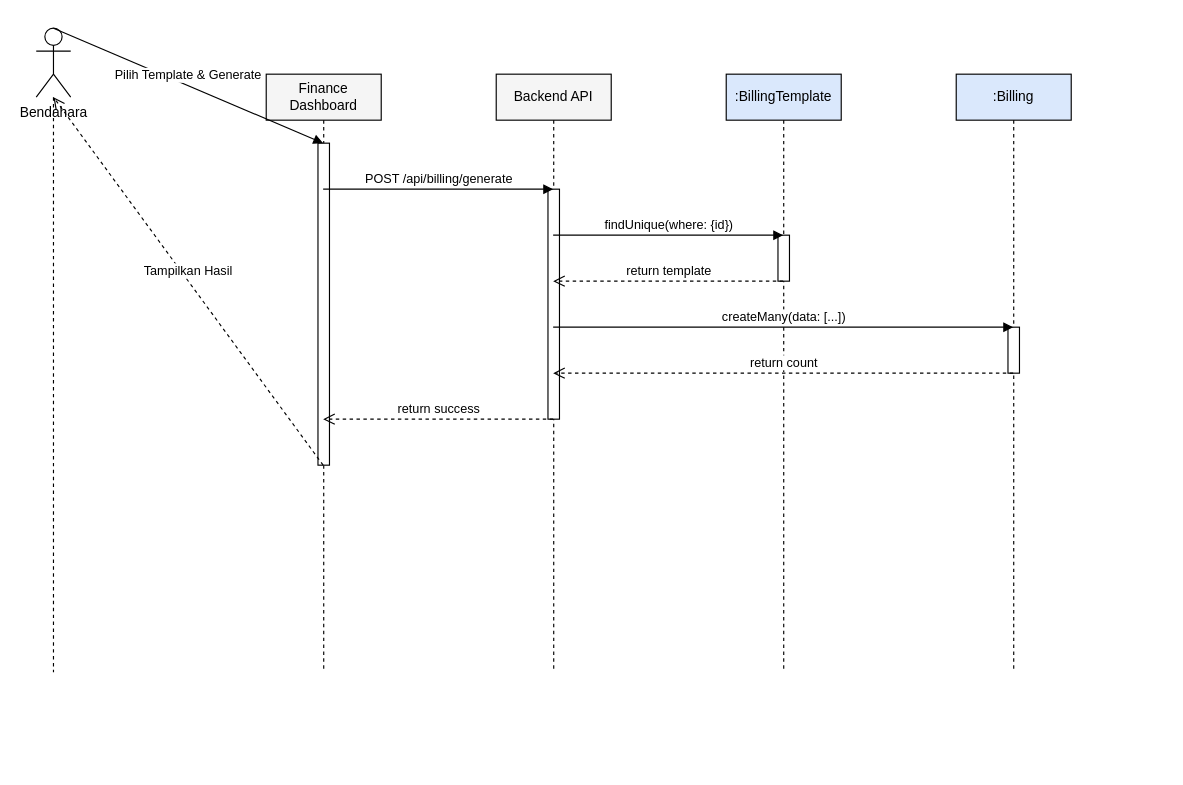
The draw.io diagram docs/sequence_billing_process.drawio in muhammaddzaki123/adminkassmpit, before the edit. Source tidied: cells renumbered, new cells numbered last; positions are measured from the earlier drawing's top-left corner, leaving out a move shared by most shapes. Both pictures are drawn from the tidied source at 115%, with x=0, y=0 at pixel (36, 28).
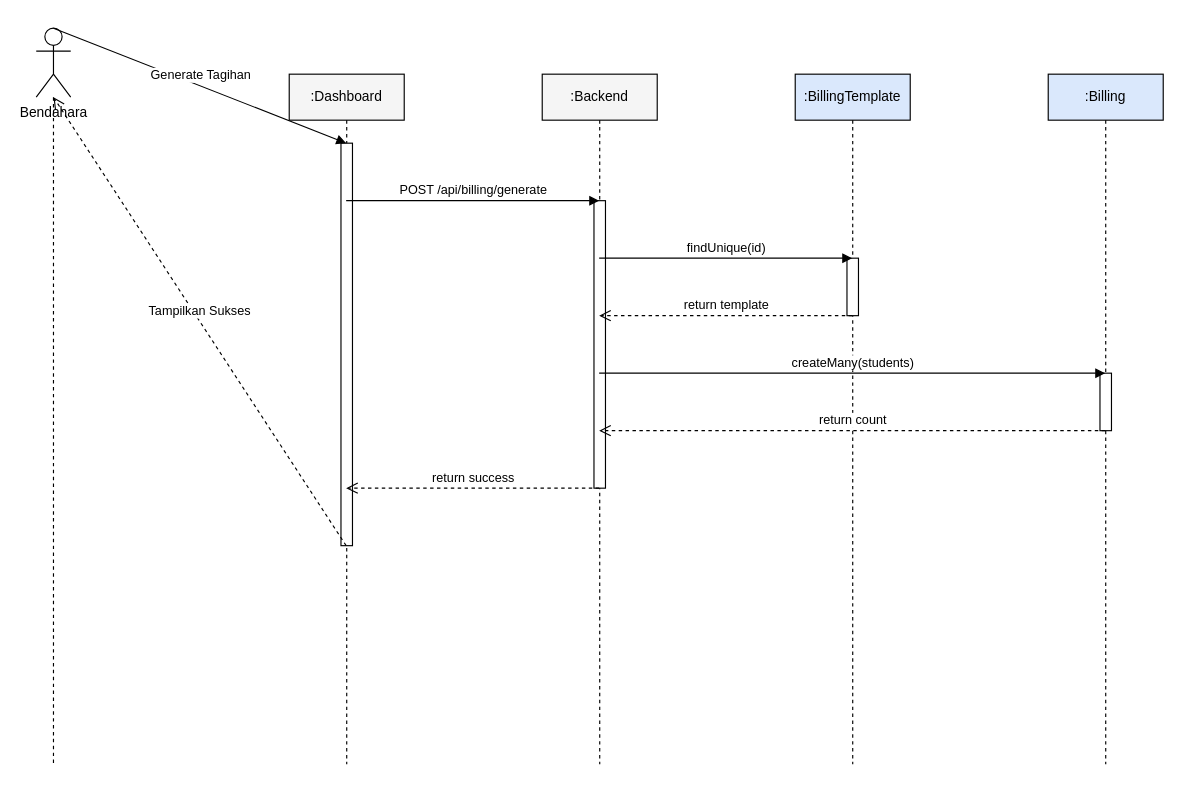
Above is the later version.

The change refers to these unchanged cells:
```xml
<mxCell id="2" value="Bendahara" style="shape=umlActor;verticalLabelPosition=bottom;verticalAlign=top;html=1;outlineConnect=0;" parent="1" vertex="1">
  <mxGeometry width="30" height="60" as="geometry" />
</mxCell>
```

The edit, as a diff of the source:
```diff
@@
     <mxCell id="3" style="endArrow=none;dashed=1;html=1;" parent="1" edge="1" source="2">
       <mxGeometry relative="1" as="geometry">
-        <mxPoint x="15" y="560" as="targetPoint" />
+        <mxPoint x="15" y="640" as="targetPoint" />
       </mxGeometry>
     </mxCell>
-    <mxCell id="4" value="Finance Dashboard" style="shape=umlLifeline;perimeter=lifelinePerimeter;whiteSpace=wrap;html=1;outlineConnect=0;fillColor=#f5f5f5;" parent="1" vertex="1">
-      <mxGeometry x="200" y="40" width="100" height="520" as="geometry" />
+    <mxCell id="4" value=":Dashboard" style="shape=umlLifeline;perimeter=lifelinePerimeter;whiteSpace=wrap;html=1;outlineConnect=0;fillColor=#f5f5f5;" parent="1" vertex="1">
+      <mxGeometry x="220" y="40" width="100" height="600" as="geometry" />
     </mxCell>
-    <mxCell id="5" value="Backend API" style="shape=umlLifeline;perimeter=lifelinePerimeter;whiteSpace=wrap;html=1;outlineConnect=0;fillColor=#f5f5f5;" parent="1" vertex="1">
-      <mxGeometry x="400" y="40" width="100" height="520" as="geometry" />
+    <mxCell id="5" value=":Backend" style="shape=umlLifeline;perimeter=lifelinePerimeter;whiteSpace=wrap;html=1;outlineConnect=0;fillColor=#f5f5f5;" parent="1" vertex="1">
+      <mxGeometry x="440" y="40" width="100" height="600" as="geometry" />
     </mxCell>
     <mxCell id="6" value=":BillingTemplate" style="shape=umlLifeline;perimeter=lifelinePerimeter;whiteSpace=wrap;html=1;outlineConnect=0;fillColor=#dae8fc;" parent="1" vertex="1">
-      <mxGeometry x="600" y="40" width="100" height="520" as="geometry" />
+      <mxGeometry x="660" y="40" width="100" height="600" as="geometry" />
     </mxCell>
     <mxCell id="7" value=":Billing" style="shape=umlLifeline;perimeter=lifelinePerimeter;whiteSpace=wrap;html=1;outlineConnect=0;fillColor=#dae8fc;" parent="1" vertex="1">
-      <mxGeometry x="800" y="40" width="100" height="520" as="geometry" />
+      <mxGeometry x="880" y="40" width="100" height="600" as="geometry" />
     </mxCell>
     <mxCell id="8" style="html=1;perimeter=orthogonalPerimeter;fillColor=#FFFFFF;strokeColor=#000000;" parent="1" vertex="1">
-      <mxGeometry x="645" y="180" width="10" height="40" as="geometry" />
+      <mxGeometry x="705" y="200" width="10" height="50" as="geometry" />
     </mxCell>
     <mxCell id="9" style="html=1;perimeter=orthogonalPerimeter;fillColor=#FFFFFF;strokeColor=#000000;" parent="1" vertex="1">
-      <mxGeometry x="845" y="260" width="10" height="40" as="geometry" />
+      <mxGeometry x="925" y="300" width="10" height="50" as="geometry" />
     </mxCell>
     <mxCell id="10" style="html=1;perimeter=orthogonalPerimeter;fillColor=#FFFFFF;strokeColor=#000000;" parent="1" vertex="1">
-      <mxGeometry x="445" y="140" width="10" height="200" as="geometry" />
+      <mxGeometry x="485" y="150" width="10" height="250" as="geometry" />
     </mxCell>
     <mxCell id="11" style="html=1;perimeter=orthogonalPerimeter;fillColor=#FFFFFF;strokeColor=#000000;" parent="1" vertex="1">
-      <mxGeometry x="245" y="100" width="10" height="280" as="geometry" />
+      <mxGeometry x="265" y="100" width="10" height="350" as="geometry" />
     </mxCell>
-    <mxCell id="12" value="Pilih Template &amp; Generate" style="html=1;verticalAlign=bottom;endArrow=block;rounded=0;entryX=0.5;entryY=0.11538461538461539;exitX=0.5;exitY=0.11538461538461539;" parent="1" edge="1" source="2" target="4">
+    <mxCell id="12" value="Generate Tagihan" style="html=1;verticalAlign=bottom;endArrow=block;rounded=0;entryX=0.5;entryY=0.1;exitX=0.5;exitY=0.1;" parent="1" edge="1" source="2" target="4">
       <mxGeometry relative="1" as="geometry" />
     </mxCell>
-    <mxCell id="13" value="POST /api/billing/generate" style="html=1;verticalAlign=bottom;endArrow=block;rounded=0;entryX=0.5;entryY=0.19230769230769232;exitX=0.5;exitY=0.19230769230769232;" parent="1" edge="1" source="4" target="5">
+    <mxCell id="13" value="POST /api/billing/generate" style="html=1;verticalAlign=bottom;endArrow=block;rounded=0;entryX=0.5;entryY=0.18333333333333332;exitX=0.5;exitY=0.18333333333333332;" parent="1" edge="1" source="4" target="5">
       <mxGeometry relative="1" as="geometry" />
     </mxCell>
-    <mxCell id="14" value="findUnique(where: {id})" style="html=1;verticalAlign=bottom;endArrow=block;rounded=0;entryX=0.5;entryY=0.2692307692307692;exitX=0.5;exitY=0.2692307692307692;" parent="1" edge="1" source="5" target="6">
+    <mxCell id="14" value="findUnique(id)" style="html=1;verticalAlign=bottom;endArrow=block;rounded=0;entryX=0.5;entryY=0.26666666666666666;exitX=0.5;exitY=0.26666666666666666;" parent="1" edge="1" source="5" target="6">
       <mxGeometry relative="1" as="geometry" />
     </mxCell>
-    <mxCell id="15" value="return template" style="html=1;verticalAlign=bottom;endArrow=open;dashed=1;endSize=8;rounded=0;entryX=0.5;entryY=0.34615384615384615;exitX=0.5;exitY=0.34615384615384615;" parent="1" edge="1" source="6" target="5">
+    <mxCell id="15" value="return template" style="html=1;verticalAlign=bottom;endArrow=open;dashed=1;endSize=8;rounded=0;entryX=0.5;entryY=0.35;exitX=0.5;exitY=0.35;" parent="1" edge="1" source="6" target="5">
       <mxGeometry relative="1" as="geometry" />
     </mxCell>
-    <mxCell id="16" value="createMany(data: [...])" style="html=1;verticalAlign=bottom;endArrow=block;rounded=0;entryX=0.5;entryY=0.4230769230769231;exitX=0.5;exitY=0.4230769230769231;" parent="1" edge="1" source="5" target="7">
+    <mxCell id="16" value="createMany(students)" style="html=1;verticalAlign=bottom;endArrow=block;rounded=0;entryX=0.5;entryY=0.43333333333333335;exitX=0.5;exitY=0.43333333333333335;" parent="1" edge="1" source="5" target="7">
       <mxGeometry relative="1" as="geometry" />
     </mxCell>
-    <mxCell id="17" value="return count" style="html=1;verticalAlign=bottom;endArrow=open;dashed=1;endSize=8;rounded=0;entryX=0.5;entryY=0.5;exitX=0.5;exitY=0.5;" parent="1" edge="1" source="7" target="5">
+    <mxCell id="17" value="return count" style="html=1;verticalAlign=bottom;endArrow=open;dashed=1;endSize=8;rounded=0;entryX=0.5;entryY=0.5166666666666667;exitX=0.5;exitY=0.5166666666666667;" parent="1" edge="1" source="7" target="5">
       <mxGeometry relative="1" as="geometry" />
     </mxCell>
-    <mxCell id="18" value="return success" style="html=1;verticalAlign=bottom;endArrow=open;dashed=1;endSize=8;rounded=0;entryX=0.5;entryY=0.5769230769230769;exitX=0.5;exitY=0.5769230769230769;" parent="1" edge="1" source="5" target="4">
+    <mxCell id="18" value="return success" style="html=1;verticalAlign=bottom;endArrow=open;dashed=1;endSize=8;rounded=0;entryX=0.5;entryY=0.6;exitX=0.5;exitY=0.6;" parent="1" edge="1" source="5" target="4">
       <mxGeometry relative="1" as="geometry" />
     </mxCell>
-    <mxCell id="19" value="Tampilkan Hasil" style="html=1;verticalAlign=bottom;endArrow=open;dashed=1;endSize=8;rounded=0;entryX=0.5;entryY=0.6538461538461539;exitX=0.5;exitY=0.6538461538461539;" parent="1" edge="1" source="4" target="2">
+    <mxCell id="19" value="Tampilkan Sukses" style="html=1;verticalAlign=bottom;endArrow=open;dashed=1;endSize=8;rounded=0;entryX=0.5;entryY=0.6833333333333333;exitX=0.5;exitY=0.6833333333333333;" parent="1" edge="1" source="4" target="2">
       <mxGeometry relative="1" as="geometry" />
     </mxCell>
```
